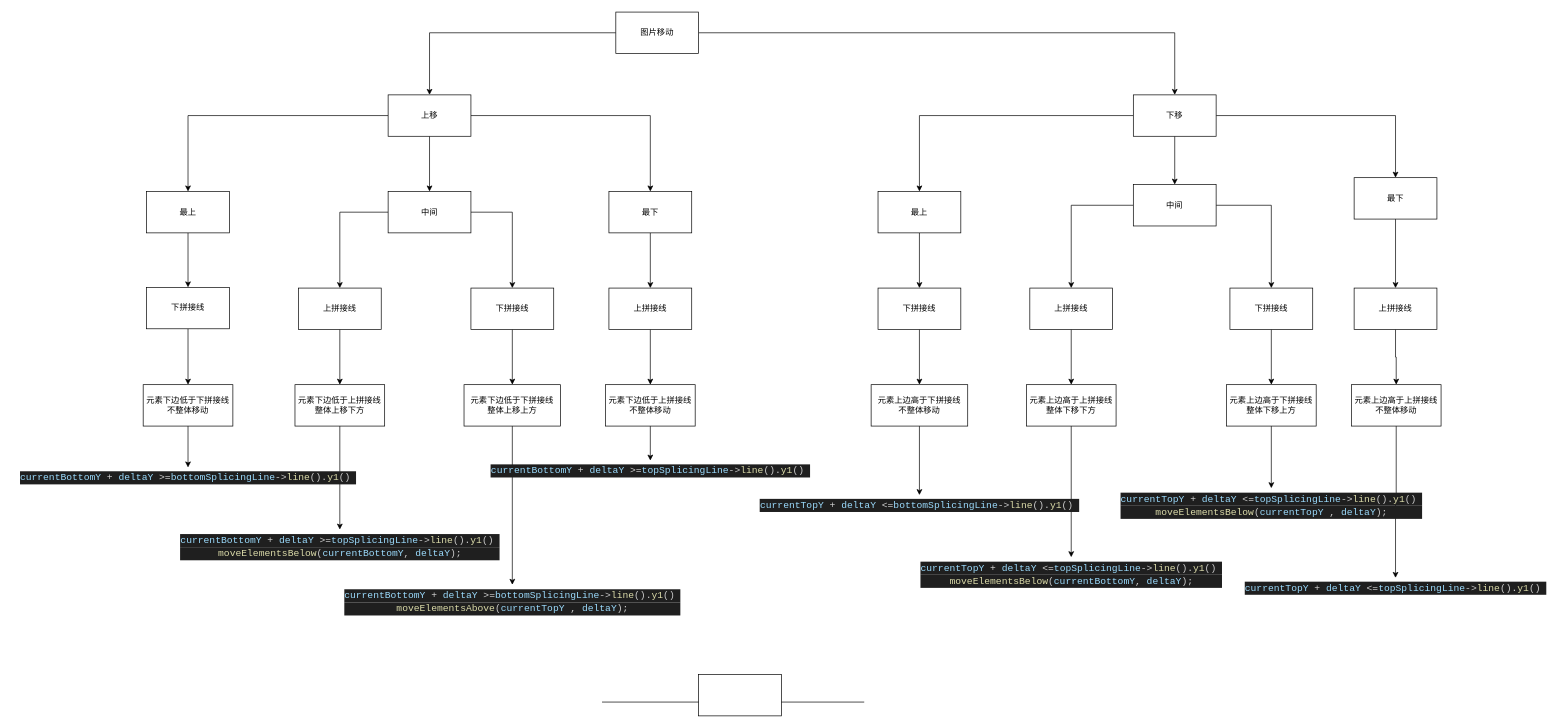
The draw.io diagram page "垂直拼接移动逻辑" (1 of 3) of 拼好图.drawio in JKWTCN/ImageSplicing, before the edit. Source tidied: cells renumbered, new cells numbered last; positions are measured from the earlier drawing's top-left corner, leaving out a move shared by most shapes. Both pictures are drawn from the tidied source at 69%, with x=0, y=0 at pixel (12, 12).
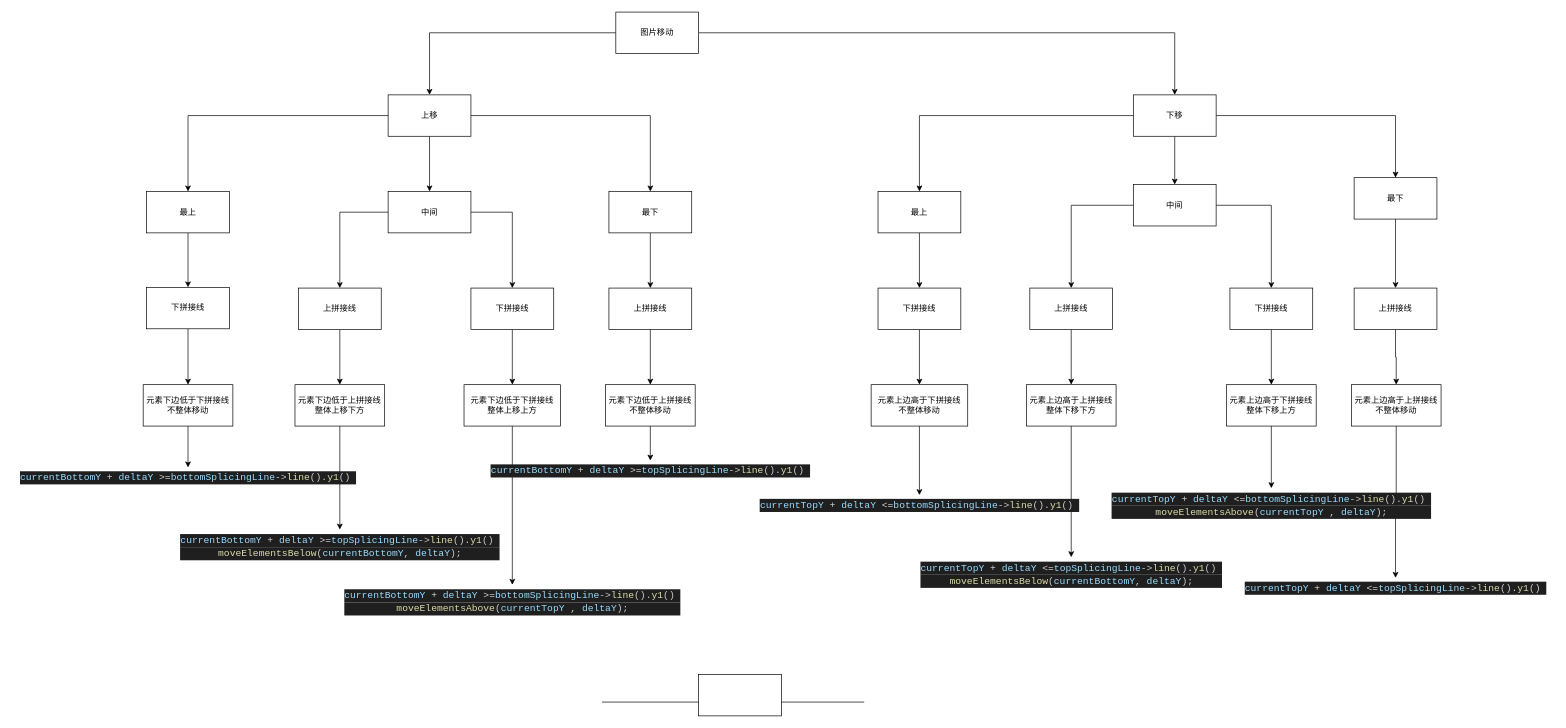
The same diagram, later.

The edit, as a diff of the source:
```diff
@@
-    <mxCell id="67" value="&lt;div style=&quot;background-color: rgb(31, 31, 31); font-family: &amp;quot;JetBrains Mono&amp;quot;, Consolas, &amp;quot;Courier New&amp;quot;, monospace, Consolas, &amp;quot;Courier New&amp;quot;, monospace; font-size: 14px; line-height: 19px; white-space-collapse: preserve; color: rgb(204, 204, 204);&quot;&gt;&lt;span style=&quot;color: rgb(212, 212, 212); background-color: transparent;&quot;&gt;&lt;span style=&quot;color: rgb(156, 220, 254);&quot;&gt;currentTopY&lt;/span&gt;&lt;span style=&quot;color: rgb(204, 204, 204);&quot;&gt; &lt;/span&gt;+&lt;/span&gt;&lt;font style=&quot;background-color: transparent;&quot; color=&quot;#cccccc&quot;&gt; &lt;/font&gt;&lt;span style=&quot;color: rgb(156, 220, 254); background-color: transparent;&quot;&gt;deltaY&lt;/span&gt;&lt;span style=&quot;color: rgb(204, 204, 204);&quot;&gt; &lt;/span&gt;&lt;span style=&quot;color: rgb(204, 204, 204);&quot;&gt;&lt;font color=&quot;#d4d4d4&quot;&gt;&amp;lt;=&lt;/font&gt;&lt;/span&gt;&lt;span style=&quot;color: rgb(156, 220, 254);&quot;&gt;topSplicingLine&lt;/span&gt;&lt;span style=&quot;color: rgb(204, 204, 204);&quot;&gt;-&amp;gt;&lt;/span&gt;&lt;span style=&quot;color: rgb(220, 220, 170);&quot;&gt;line&lt;/span&gt;&lt;span style=&quot;color: rgb(204, 204, 204);&quot;&gt;().&lt;/span&gt;&lt;span style=&quot;color: rgb(220, 220, 170);&quot;&gt;y1&lt;/span&gt;&lt;span style=&quot;color: rgb(204, 204, 204);&quot;&gt;()&lt;/span&gt;&lt;span style=&quot;color: rgb(204, 204, 204);&quot;&gt; &lt;/span&gt;&lt;/div&gt;&lt;div style=&quot;background-color: rgb(31, 31, 31); font-family: &amp;quot;JetBrains Mono&amp;quot;, Consolas, &amp;quot;Courier New&amp;quot;, monospace, Consolas, &amp;quot;Courier New&amp;quot;, monospace; font-size: 14px; line-height: 19px; white-space-collapse: preserve; color: rgb(204, 204, 204);&quot;&gt;&lt;div style=&quot;line-height: 19px;&quot;&gt;&lt;span style=&quot;color: rgb(220, 220, 170);&quot;&gt;moveElementsBelow&lt;/span&gt;(&lt;span style=&quot;color: rgb(156, 220, 254);&quot;&gt;currentTopY&lt;/span&gt;&lt;span style=&quot;color: rgb(204, 204, 204);&quot;&gt; &lt;/span&gt;, &lt;span style=&quot;color: #9cdcfe;&quot;&gt;deltaY&lt;/span&gt;);&lt;/div&gt;&lt;/div&gt;" style="text;html=1;align=center;verticalAlign=middle;points=[];strokeColor=none;fillColor=none;" parent="1" vertex="1">
-      <mxGeometry x="1595" y="690" width="460" height="50" as="geometry" />
+    <mxCell id="67" value="&lt;div style=&quot;background-color: rgb(31, 31, 31); font-family: &amp;quot;JetBrains Mono&amp;quot;, Consolas, &amp;quot;Courier New&amp;quot;, monospace, Consolas, &amp;quot;Courier New&amp;quot;, monospace; font-size: 14px; line-height: 19px; white-space-collapse: preserve; color: rgb(204, 204, 204);&quot;&gt;&lt;span style=&quot;color: rgb(212, 212, 212); background-color: transparent;&quot;&gt;&lt;span style=&quot;color: rgb(156, 220, 254);&quot;&gt;currentTopY&lt;/span&gt;&lt;span style=&quot;color: rgb(204, 204, 204);&quot;&gt; &lt;/span&gt;+&lt;/span&gt;&lt;font style=&quot;background-color: transparent;&quot; color=&quot;#cccccc&quot;&gt; &lt;/font&gt;&lt;span style=&quot;color: rgb(156, 220, 254); background-color: transparent;&quot;&gt;deltaY&lt;/span&gt;&lt;span style=&quot;color: rgb(204, 204, 204);&quot;&gt; &lt;/span&gt;&lt;span style=&quot;color: rgb(204, 204, 204);&quot;&gt;&lt;font color=&quot;#d4d4d4&quot;&gt;&amp;lt;=&lt;/font&gt;&lt;/span&gt;&lt;span style=&quot;color: rgb(156, 220, 254);&quot;&gt;bottomSplicingLine&lt;/span&gt;&lt;span style=&quot;color: rgb(204, 204, 204);&quot;&gt;-&amp;gt;&lt;/span&gt;&lt;span style=&quot;color: rgb(220, 220, 170);&quot;&gt;line&lt;/span&gt;&lt;span style=&quot;color: rgb(204, 204, 204);&quot;&gt;().&lt;/span&gt;&lt;span style=&quot;color: rgb(220, 220, 170);&quot;&gt;y1&lt;/span&gt;&lt;span style=&quot;color: rgb(204, 204, 204);&quot;&gt;()&lt;/span&gt;&lt;span style=&quot;color: rgb(204, 204, 204);&quot;&gt; &lt;/span&gt;&lt;/div&gt;&lt;div style=&quot;background-color: rgb(31, 31, 31); font-family: &amp;quot;JetBrains Mono&amp;quot;, Consolas, &amp;quot;Courier New&amp;quot;, monospace, Consolas, &amp;quot;Courier New&amp;quot;, monospace; font-size: 14px; line-height: 19px; white-space-collapse: preserve; color: rgb(204, 204, 204);&quot;&gt;&lt;div style=&quot;line-height: 19px;&quot;&gt;&lt;span style=&quot;color: rgb(220, 220, 170); background-color: light-dark(rgb(31, 31, 31), rgb(210, 210, 210));&quot;&gt;moveElementsAbove&lt;/span&gt;(&lt;span style=&quot;color: rgb(156, 220, 254);&quot;&gt;currentTopY&lt;/span&gt;&lt;span style=&quot;color: rgb(204, 204, 204);&quot;&gt; &lt;/span&gt;, &lt;span style=&quot;color: rgb(156, 220, 254);&quot;&gt;deltaY&lt;/span&gt;);&lt;/div&gt;&lt;/div&gt;" style="text;html=1;align=center;verticalAlign=middle;points=[];strokeColor=none;fillColor=none;" parent="1" vertex="1">
+      <mxGeometry x="1580" y="690" width="490" height="50" as="geometry" />
     </mxCell>
```
